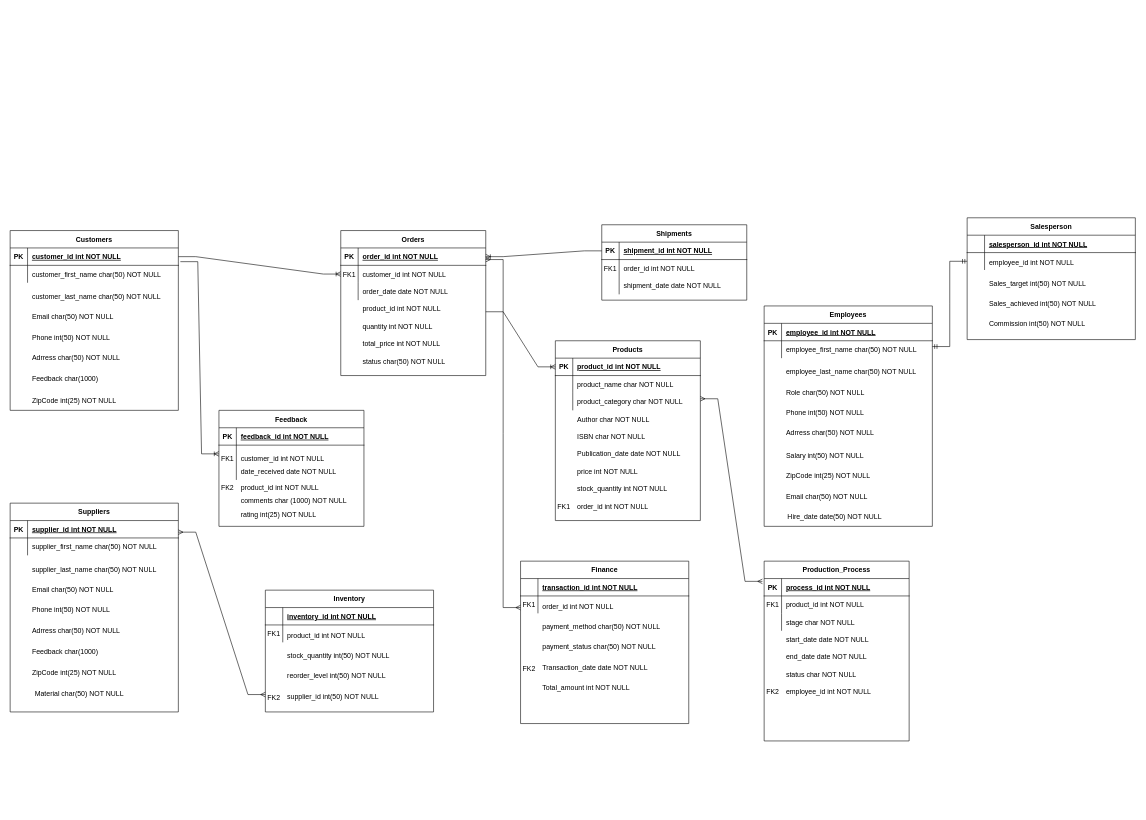
Earlier version of the draw.io diagram Untitled Diagram.drawio (stamatiskarvounis/Publishing_Company_CRM). Source tidied: cells renumbered, new cells numbered last; positions are measured from the earlier drawing's top-left corner, leaving out a move shared by most shapes. Both pictures are drawn from the tidied source at 58%, with x=0, y=0 at pixel (10, 10).
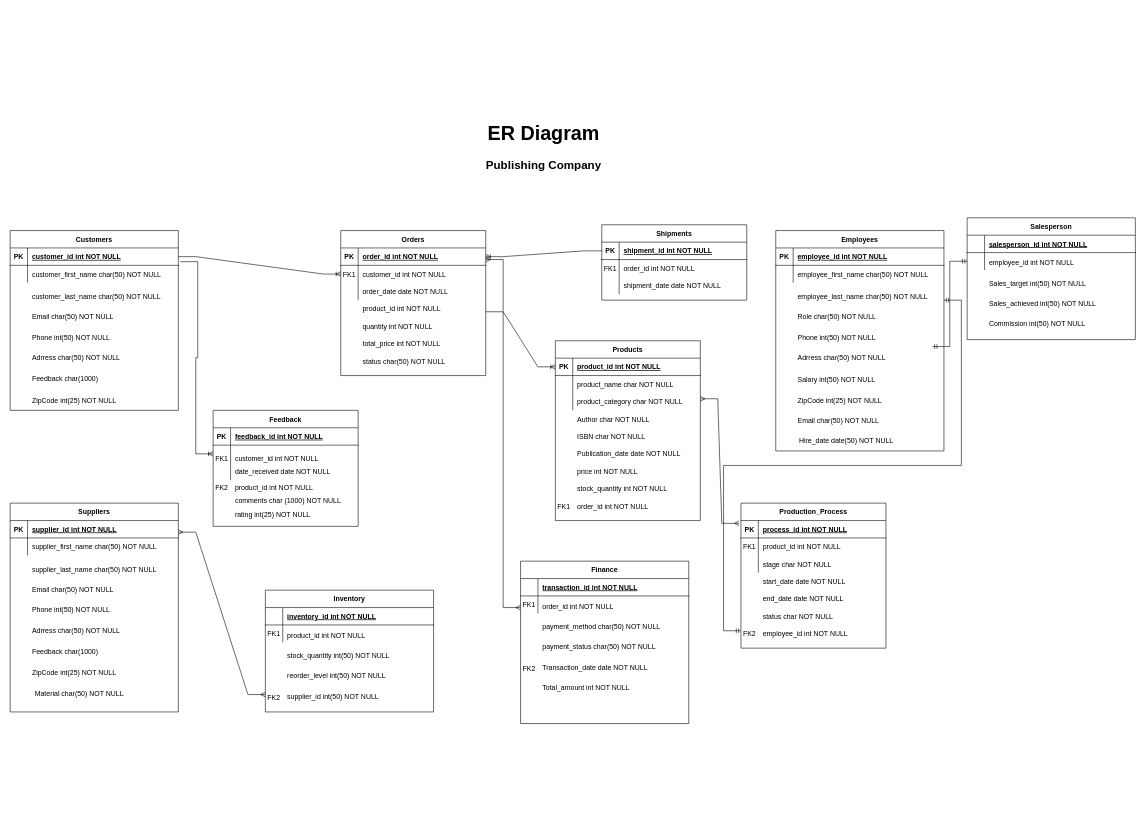
The same page after the edit.

What changed in the source:
```diff
@@
     <mxCell id="12" style="group;" parent="1" vertex="1">
-      <mxGeometry y="380" width="290" height="320.2" as="geometry" />
+      <mxGeometry y="380" width="290" height="365" as="geometry" />
     </mxCell>
@@
     <mxCell id="20" style="group;" parent="12" vertex="1">
-      <mxGeometry x="30" y="96.2" width="255.2" height="213.8" as="geometry" />
+      <mxGeometry x="30" y="96.2" width="255.2" height="268.8" as="geometry" />
     </mxCell>
@@
     <mxCell id="27" style="group;" parent="1" vertex="1">
-      <mxGeometry x="1290" y="520" width="290.2" height="770" as="geometry" />
+      <mxGeometry x="1310" y="390" width="290.2" height="950" as="geometry" />
     </mxCell>
@@
     <mxCell id="46" style="group;" parent="27" vertex="1">
-      <mxGeometry x="10" y="430" width="280" height="340" as="geometry" />
+      <mxGeometry x="-50" y="460" width="280" height="340" as="geometry" />
     </mxCell>
     <mxCell id="47" value="Production_Process" style="shape=table;startSize=30;childLayout=tableLayout;rowLines=0;fontStyle=1;align=center;" parent="46" vertex="1">
-      <mxGeometry width="250" height="310" as="geometry" />
+      <mxGeometry width="250" height="250" as="geometry" />
     </mxCell>
@@
+    <mxCell id="193" style="edgeStyle=entityRelationEdgeStyle;fontSize=12;html=1;endArrow=ERmandOne;startArrow=ERmandOne;rounded=0;" parent="27" edge="1">
+      <mxGeometry relative="1" as="geometry">
+        <mxPoint x="300" y="110" as="sourcePoint" />
+        <mxPoint x="-50" y="680" as="targetPoint" />
+      </mxGeometry>
+    </mxCell>
@@
     <mxCell id="84" style="group;" parent="1" vertex="1">
-      <mxGeometry x="360" y="690" width="250" height="200" as="geometry" />
+      <mxGeometry x="350" y="690" width="289" height="200" as="geometry" />
     </mxCell>
@@
     <mxCell id="88" style="group;" parent="84" vertex="1">
-      <mxGeometry width="250" height="200" as="geometry" />
+      <mxGeometry width="289" height="200" as="geometry" />
     </mxCell>
@@
+    <mxCell id="194" value="&lt;h1 style=&quot;font-size: 34px;&quot;&gt;&lt;font style=&quot;font-size: 34px;&quot;&gt;ER Diagram&lt;/font&gt;&lt;/h1&gt;&lt;div style=&quot;&quot;&gt;&lt;b style=&quot;&quot;&gt;&lt;font style=&quot;font-size: 20px;&quot;&gt;Publishing Company&lt;/font&gt;&lt;/b&gt;&lt;/div&gt;" style="text;html=1;strokeColor=none;fillColor=none;spacing=5;spacingTop=-20;whiteSpace=wrap;overflow=hidden;rounded=0;align=center;" parent="1" vertex="1">
+      <mxGeometry x="720" y="180" width="400" height="160" as="geometry" />
+    </mxCell>
```
